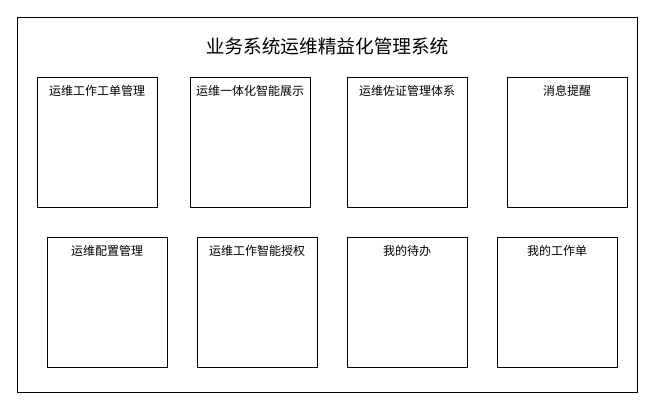
Before: 运维精益化管理总体功能架构图.drawio in diaosinanshen/draw, a draw.io diagram. Source tidied: cells renumbered, new cells numbered last; positions are measured from the earlier drawing's top-left corner, leaving out a move shared by most shapes. Both pictures are drawn from the tidied source at 100%, with x=0, y=0 at pixel (17, 17).
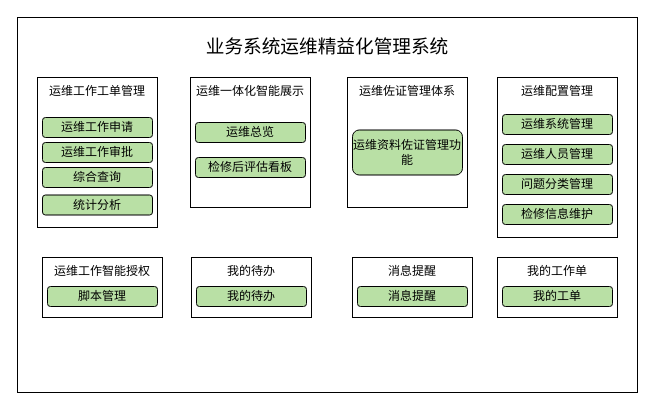
Above is the later version.

Commit message:
更新运维精益化管理总体功能架构图.drawio

The edit, as a diff of the source:
```diff
@@
     <mxCell id="3" value="运维工作工单管理" style="rounded=0;whiteSpace=wrap;html=1;verticalAlign=top;" parent="1" vertex="1">
-      <mxGeometry x="20" y="60" width="120" height="130" as="geometry" />
+      <mxGeometry x="20" y="60" width="120" height="150" as="geometry" />
     </mxCell>
@@
     <mxCell id="6" value="运维配置管理" style="rounded=0;whiteSpace=wrap;html=1;verticalAlign=top;" parent="1" vertex="1">
-      <mxGeometry x="30" y="220" width="120" height="130" as="geometry" />
+      <mxGeometry x="480" y="60" width="120" height="160" as="geometry" />
     </mxCell>
     <mxCell id="7" value="运维工作智能授权" style="rounded=0;whiteSpace=wrap;html=1;verticalAlign=top;" parent="1" vertex="1">
-      <mxGeometry x="180" y="220" width="120" height="130" as="geometry" />
+      <mxGeometry x="25" y="240" width="120" height="60" as="geometry" />
     </mxCell>
     <mxCell id="8" value="我的待办" style="rounded=0;whiteSpace=wrap;html=1;verticalAlign=top;" parent="1" vertex="1">
-      <mxGeometry x="330" y="220" width="120" height="130" as="geometry" />
+      <mxGeometry x="174" y="240" width="120" height="60" as="geometry" />
     </mxCell>
     <mxCell id="9" value="我的工作单" style="rounded=0;whiteSpace=wrap;html=1;verticalAlign=top;" parent="1" vertex="1">
-      <mxGeometry x="480" y="220" width="120" height="130" as="geometry" />
+      <mxGeometry x="480" y="240" width="120" height="60" as="geometry" />
     </mxCell>
     <mxCell id="10" value="消息提醒" style="rounded=0;whiteSpace=wrap;html=1;verticalAlign=top;" parent="1" vertex="1">
-      <mxGeometry x="490" y="60" width="120" height="130" as="geometry" />
+      <mxGeometry x="335" y="240" width="120" height="60" as="geometry" />
     </mxCell>
+    <mxCell id="11" value="运维工作申请" style="rounded=1;whiteSpace=wrap;html=1;fillColor=#B9E0A5;" parent="1" vertex="1">
+      <mxGeometry x="25" y="100" width="110" height="20" as="geometry" />
+    </mxCell>
+    <mxCell id="12" value="综合查询" style="rounded=1;whiteSpace=wrap;html=1;fillColor=#B9E0A5;" parent="1" vertex="1">
+      <mxGeometry x="25" y="150" width="110" height="20" as="geometry" />
+    </mxCell>
+    <mxCell id="13" value="运维工作审批" style="rounded=1;whiteSpace=wrap;html=1;fillColor=#B9E0A5;" parent="1" vertex="1">
+      <mxGeometry x="25" y="125" width="110" height="20" as="geometry" />
+    </mxCell>
+    <mxCell id="14" value="统计分析" style="rounded=1;whiteSpace=wrap;html=1;fillColor=#B9E0A5;" parent="1" vertex="1">
+      <mxGeometry x="25" y="177.5" width="110" height="20" as="geometry" />
+    </mxCell>
+    <mxCell id="15" value="检修后评估看板" style="rounded=1;whiteSpace=wrap;html=1;fillColor=#B9E0A5;" parent="1" vertex="1">
+      <mxGeometry x="178" y="140" width="110" height="20" as="geometry" />
+    </mxCell>
+    <mxCell id="16" value="运维总览" style="rounded=1;whiteSpace=wrap;html=1;fillColor=#B9E0A5;" parent="1" vertex="1">
+      <mxGeometry x="178" y="105" width="110" height="20" as="geometry" />
+    </mxCell>
+    <mxCell id="17" value="运维资料佐证管理功能" style="rounded=1;whiteSpace=wrap;html=1;fillColor=#B9E0A5;" parent="1" vertex="1">
+      <mxGeometry x="335" y="112.5" width="110" height="45" as="geometry" />
+    </mxCell>
+    <mxCell id="18" value="运维系统管理" style="rounded=1;whiteSpace=wrap;html=1;fillColor=#B9E0A5;" parent="1" vertex="1">
+      <mxGeometry x="485" y="97" width="110" height="20" as="geometry" />
+    </mxCell>
+    <mxCell id="19" value="运维人员管理" style="rounded=1;whiteSpace=wrap;html=1;fillColor=#B9E0A5;" parent="1" vertex="1">
+      <mxGeometry x="485" y="127" width="110" height="20" as="geometry" />
+    </mxCell>
+    <mxCell id="20" value="问题分类管理" style="rounded=1;whiteSpace=wrap;html=1;fillColor=#B9E0A5;" parent="1" vertex="1">
+      <mxGeometry x="485" y="157" width="110" height="20" as="geometry" />
+    </mxCell>
+    <mxCell id="21" value="检修信息维护" style="rounded=1;whiteSpace=wrap;html=1;fillColor=#B9E0A5;" parent="1" vertex="1">
+      <mxGeometry x="485" y="187" width="110" height="20" as="geometry" />
+    </mxCell>
+    <mxCell id="22" value="脚本管理" style="rounded=1;whiteSpace=wrap;html=1;fillColor=#B9E0A5;" parent="1" vertex="1">
+      <mxGeometry x="30" y="269" width="110" height="20" as="geometry" />
+    </mxCell>
+    <mxCell id="23" value="我的待办" style="rounded=1;whiteSpace=wrap;html=1;fillColor=#B9E0A5;" parent="1" vertex="1">
+      <mxGeometry x="179" y="269" width="110" height="20" as="geometry" />
+    </mxCell>
+    <mxCell id="24" value="消息提醒" style="rounded=1;whiteSpace=wrap;html=1;fillColor=#B9E0A5;" parent="1" vertex="1">
+      <mxGeometry x="340" y="269" width="110" height="20" as="geometry" />
+    </mxCell>
+    <mxCell id="25" value="我的工单" style="rounded=1;whiteSpace=wrap;html=1;fillColor=#B9E0A5;" parent="1" vertex="1">
+      <mxGeometry x="485" y="269" width="110" height="20" as="geometry" />
+    </mxCell>
```
